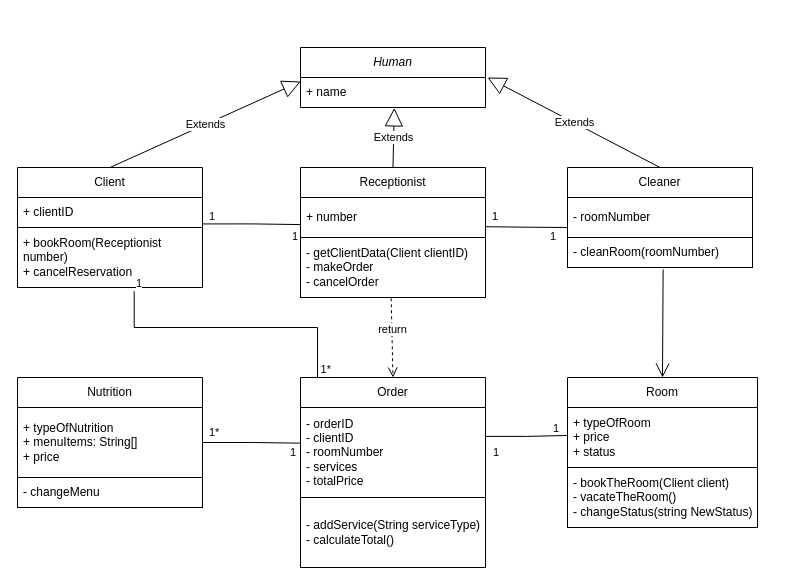
Before: Диаграмма без названия.drawio in d0ssh1/HomeTask, a draw.io diagram. Source tidied: cells renumbered, new cells numbered last; positions are measured from the earlier drawing's top-left corner, leaving out a move shared by most shapes. Both pictures are drawn from the tidied source at 100%, with x=0, y=0 at pixel (17, 47).
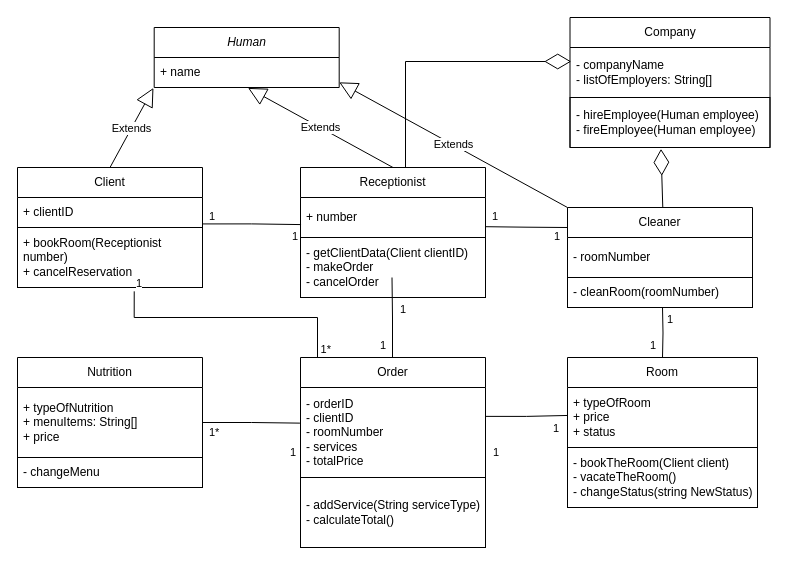
The same page after the edit.

Unchanged cells that the change refers to:
```xml
<mxCell id="3" value="+ name" style="text;strokeColor=none;fillColor=none;align=left;verticalAlign=middle;spacingLeft=4;spacingRight=4;overflow=hidden;points=[[0,0.5],[1,0.5]];portConstraint=eastwest;whiteSpace=wrap;html=1;" parent="2" vertex="1">
  <mxGeometry y="30" width="185" height="30" as="geometry" />
</mxCell>
<mxCell id="4" value="Client" style="swimlane;fontStyle=0;horizontal=1;startSize=30;whiteSpace=wrap;html=1;" parent="1" vertex="1">
  <mxGeometry y="120" width="185" height="120" as="geometry" />
</mxCell>
<mxCell id="6" value="+ bookRoom(Receptionist number)&lt;br&gt;+ cancelReservation" style="text;strokeColor=default;fillColor=none;align=left;verticalAlign=middle;spacingLeft=4;spacingRight=4;overflow=hidden;points=[[0,0.5],[1,0.5]];portConstraint=eastwest;whiteSpace=wrap;html=1;" parent="4" vertex="1">
  <mxGeometry y="60" width="185" height="60" as="geometry" />
</mxCell>
<mxCell id="9" value="- getClientData(Client clientID)&lt;br&gt;- makeOrder&lt;br&gt;- cancelOrder" style="text;strokeColor=default;fillColor=none;align=left;verticalAlign=middle;spacingLeft=4;spacingRight=4;overflow=hidden;points=[[0,0.5],[1,0.5]];portConstraint=eastwest;whiteSpace=wrap;html=1;" parent="7" vertex="1">
  <mxGeometry y="70" width="185" height="60" as="geometry" />
</mxCell>
<mxCell id="12" value="- cleanRoom(roomNumber)" style="text;strokeColor=default;fillColor=none;align=left;verticalAlign=middle;spacingLeft=4;spacingRight=4;overflow=hidden;points=[[0,0.5],[1,0.5]];portConstraint=eastwest;whiteSpace=wrap;html=1;" parent="10" vertex="1">
  <mxGeometry y="70" width="185" height="30" as="geometry" />
</mxCell>
```

Change to the diagram source:
```diff
@@
     <mxCell id="2" value="&lt;i&gt;Human&lt;/i&gt;" style="swimlane;fontStyle=0;horizontal=1;startSize=30;whiteSpace=wrap;html=1;" parent="1" vertex="1">
-      <mxGeometry x="283" width="185" height="60" as="geometry" />
+      <mxGeometry x="136.7" y="-20" width="185" height="60" as="geometry" />
     </mxCell>
@@
     <mxCell id="10" value="Cleaner" style="swimlane;fontStyle=0;horizontal=1;startSize=30;whiteSpace=wrap;html=1;" parent="1" vertex="1">
-      <mxGeometry x="550" y="120" width="185" height="100" as="geometry" />
+      <mxGeometry x="550" y="160" width="185" height="100" as="geometry" />
     </mxCell>
@@
-    <mxCell id="13" value="Extends" style="endArrow=block;endSize=16;endFill=0;html=1;rounded=0;entryX=0.001;entryY=0.133;entryDx=0;entryDy=0;entryPerimeter=0;exitX=0.5;exitY=0;exitDx=0;exitDy=0;" parent="1" edge="1" source="4" target="3">
+    <mxCell id="13" value="Extends" style="endArrow=block;endSize=16;endFill=0;html=1;rounded=0;entryX=-0.004;entryY=1.013;entryDx=0;entryDy=0;entryPerimeter=0;exitX=0.5;exitY=0;exitDx=0;exitDy=0;" parent="1" edge="1" source="4" target="3">
       <mxGeometry relative="1" as="geometry" />
     </mxCell>
@@
-    <mxCell id="15" value="Extends" style="endArrow=block;endSize=16;endFill=0;html=1;rounded=0;entryX=1.011;entryY=0;entryDx=0;entryDy=0;entryPerimeter=0;exitX=0.5;exitY=0;exitDx=0;exitDy=0;" parent="1" edge="1" source="10" target="3">
+    <mxCell id="15" value="Extends" style="endArrow=block;endSize=16;endFill=0;html=1;rounded=0;entryX=1;entryY=0.827;entryDx=0;entryDy=0;entryPerimeter=0;exitX=0;exitY=0;exitDx=0;exitDy=0;" parent="1" edge="1" source="10" target="3">
       <mxGeometry relative="1" as="geometry" />
     </mxCell>
     <mxCell id="16" value="Room" style="swimlane;fontStyle=0;horizontal=1;startSize=30;whiteSpace=wrap;html=1;" parent="1" vertex="1">
-      <mxGeometry x="550" y="330" width="190" height="150" as="geometry" />
+      <mxGeometry x="550" y="310" width="190" height="150" as="geometry" />
     </mxCell>
@@
     <mxCell id="19" value="Order" style="swimlane;fontStyle=0;horizontal=1;startSize=30;whiteSpace=wrap;html=1;" parent="1" vertex="1">
-      <mxGeometry x="283" y="330" width="185" height="190" as="geometry" />
+      <mxGeometry x="283" y="310" width="185" height="190" as="geometry" />
     </mxCell>
@@
     <mxCell id="22" value="Nutrition" style="swimlane;fontStyle=0;horizontal=1;startSize=30;whiteSpace=wrap;html=1;" parent="1" vertex="1">
-      <mxGeometry y="330" width="185" height="130" as="geometry" />
+      <mxGeometry y="310" width="185" height="130" as="geometry" />
     </mxCell>
@@
     <mxCell id="25" style="endArrow=none;html=1;edgeStyle=orthogonalEdgeStyle;rounded=0;exitX=0.631;exitY=1.064;exitDx=0;exitDy=0;exitPerimeter=0;" parent="1" edge="1" source="6">
       <mxGeometry relative="1" as="geometry">
-        <mxPoint x="330" y="330" as="targetPoint" />
+        <mxPoint x="330" y="310" as="targetPoint" />
         <Array as="points">
-          <mxPoint x="117" y="280" />
-          <mxPoint x="300" y="280" />
-          <mxPoint x="300" y="330" />
+          <mxPoint x="117" y="270" />
+          <mxPoint x="300" y="270" />
+          <mxPoint x="300" y="310" />
         </Array>
       </mxGeometry>
     </mxCell>
@@
-    <mxCell id="28" value="return" style="html=1;verticalAlign=bottom;endArrow=open;dashed=1;endSize=8;curved=0;rounded=0;entryX=0.5;entryY=0;entryDx=0;entryDy=0;exitX=0.49;exitY=1.013;exitDx=0;exitDy=0;exitPerimeter=0;" parent="1" edge="1" source="9" target="19">
-      <mxGeometry relative="1" as="geometry" />
-    </mxCell>
-    <mxCell id="29" style="endArrow=open;endFill=1;endSize=12;html=1;rounded=0;entryX=0.5;entryY=0;entryDx=0;entryDy=0;exitX=0.517;exitY=1.067;exitDx=0;exitDy=0;exitPerimeter=0;" parent="1" edge="1" source="12" target="16">
-      <mxGeometry relative="1" as="geometry" />
-    </mxCell>
@@
     <mxCell id="41" value="1" style="edgeLabel;html=1;align=left;verticalAlign=bottom;" parent="1" vertex="1">
-      <mxGeometry x="468" y="270" as="geometry">
+      <mxGeometry x="472" y="270" as="geometry">
         <mxPoint x="63" y="-73" as="offset" />
       </mxGeometry>
     </mxCell>
+    <mxCell id="42" style="endArrow=none;html=1;edgeStyle=orthogonalEdgeStyle;rounded=0;entryX=0.5;entryY=0;entryDx=0;entryDy=0;" parent="1" edge="1" target="16">
+      <mxGeometry relative="1" as="geometry">
+        <mxPoint x="645" y="260" as="sourcePoint" />
+      </mxGeometry>
+    </mxCell>
+    <mxCell id="43" value="1" style="edgeLabel;html=1;align=left;verticalAlign=bottom;" parent="42" vertex="1">
+      <mxGeometry x="-1" relative="1" as="geometry">
+        <mxPoint x="3" y="20" as="offset" />
+      </mxGeometry>
+    </mxCell>
+    <mxCell id="44" value="1" style="edgeLabel;html=1;align=right;verticalAlign=bottom;" parent="42" vertex="1">
+      <mxGeometry x="1" relative="1" as="geometry">
+        <mxPoint x="-6" y="-4" as="offset" />
+      </mxGeometry>
+    </mxCell>
+    <mxCell id="45" style="endArrow=none;html=1;edgeStyle=orthogonalEdgeStyle;rounded=0;" parent="1" edge="1">
+      <mxGeometry relative="1" as="geometry">
+        <mxPoint x="374.5" y="230" as="sourcePoint" />
+        <mxPoint x="375" y="310" as="targetPoint" />
+      </mxGeometry>
+    </mxCell>
+    <mxCell id="46" value="1" style="edgeLabel;html=1;align=left;verticalAlign=bottom;" parent="45" vertex="1">
+      <mxGeometry x="-1" relative="1" as="geometry">
+        <mxPoint x="6" y="40" as="offset" />
+      </mxGeometry>
+    </mxCell>
+    <mxCell id="47" value="1" style="edgeLabel;html=1;align=right;verticalAlign=bottom;" parent="45" vertex="1">
+      <mxGeometry x="1" relative="1" as="geometry">
+        <mxPoint x="-6" y="-4" as="offset" />
+      </mxGeometry>
+    </mxCell>
+    <mxCell id="48" value="Company" style="swimlane;fontStyle=0;horizontal=1;startSize=30;whiteSpace=wrap;html=1;" parent="1" vertex="1">
+      <mxGeometry x="552.5" y="-30" width="200" height="130" as="geometry" />
+    </mxCell>
+    <mxCell id="49" value="- companyName&lt;br&gt;- listOfEmployers: String[]" style="text;strokeColor=none;fillColor=none;align=left;verticalAlign=middle;spacingLeft=4;spacingRight=4;overflow=hidden;points=[[0,0.5],[1,0.5]];portConstraint=eastwest;whiteSpace=wrap;html=1;" parent="48" vertex="1">
+      <mxGeometry y="30" width="200" height="50" as="geometry" />
+    </mxCell>
+    <mxCell id="50" value="-&amp;nbsp;hireEmployee(Human employee)&lt;br&gt;- fireEmployee(Human employee)" style="text;strokeColor=default;fillColor=none;align=left;verticalAlign=middle;spacingLeft=4;spacingRight=4;overflow=hidden;points=[[0,0.5],[1,0.5]];portConstraint=eastwest;whiteSpace=wrap;html=1;" parent="48" vertex="1">
+      <mxGeometry y="80" width="200" height="50" as="geometry" />
+    </mxCell>
+    <mxCell id="51" style="endArrow=diamondThin;endFill=0;endSize=24;html=1;rounded=0;entryX=0.006;entryY=0.28;entryDx=0;entryDy=0;entryPerimeter=0;" parent="1" edge="1" target="49">
+      <mxGeometry relative="1" as="geometry">
+        <mxPoint x="388" y="120" as="sourcePoint" />
+        <Array as="points">
+          <mxPoint x="388" y="14" />
+        </Array>
+      </mxGeometry>
+    </mxCell>
+    <mxCell id="52" style="endArrow=diamondThin;endFill=0;endSize=24;html=1;rounded=0;entryX=0.455;entryY=1.028;entryDx=0;entryDy=0;exitX=0.515;exitY=-0.004;exitDx=0;exitDy=0;exitPerimeter=0;entryPerimeter=0;" parent="1" edge="1" source="10" target="50">
+      <mxGeometry relative="1" as="geometry" />
+    </mxCell>
```
